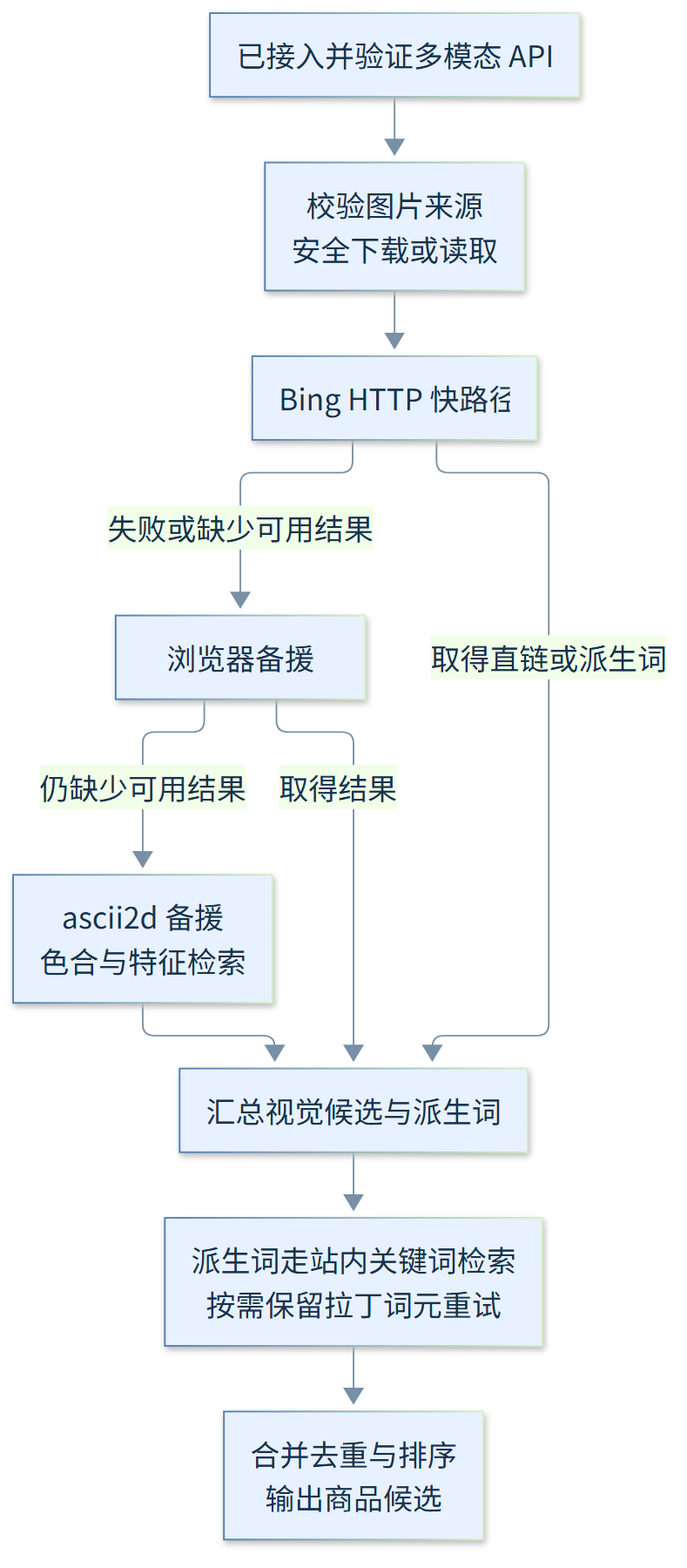
wuhutakeoffyoo/booth-cli keeps this Mermaid diagram as docs/images/reverse-search.png. Above is the earlier version. Its source is kept beside it as docs/diagrams/reverse-search.mmd. Source of this version:
```mermaid
%%{init: {"theme":"base","themeVariables":{"fontFamily":"Microsoft YaHei, Noto Sans CJK SC, sans-serif","fontSize":"18px","primaryColor":"#e8f1ff","primaryBorderColor":"#527db3","primaryTextColor":"#17324d","lineColor":"#7890a5"},"flowchart":{"curve":"basis","wrappingWidth":400,"nodeSpacing":35,"rankSpacing":45}}}%%
flowchart TD
    A["已接入并验证多模态 API"] --> B["校验图片来源<br/>安全下载或读取"]
    B --> C["Bing HTTP 快路径"]
    C -->|"失败或缺少可用结果"| D["浏览器备援"]
    D -->|"仍缺少可用结果"| E["ascii2d 备援<br/>色合与特征检索"]
    C -->|"取得直链或派生词"| F["汇总视觉候选与派生词"]
    D -->|"取得结果"| F
    E --> F
    F --> G["派生词走站内关键词检索<br/>按需保留拉丁词元重试"]
    G --> H["合并去重与排序<br/>输出商品候选"]
```
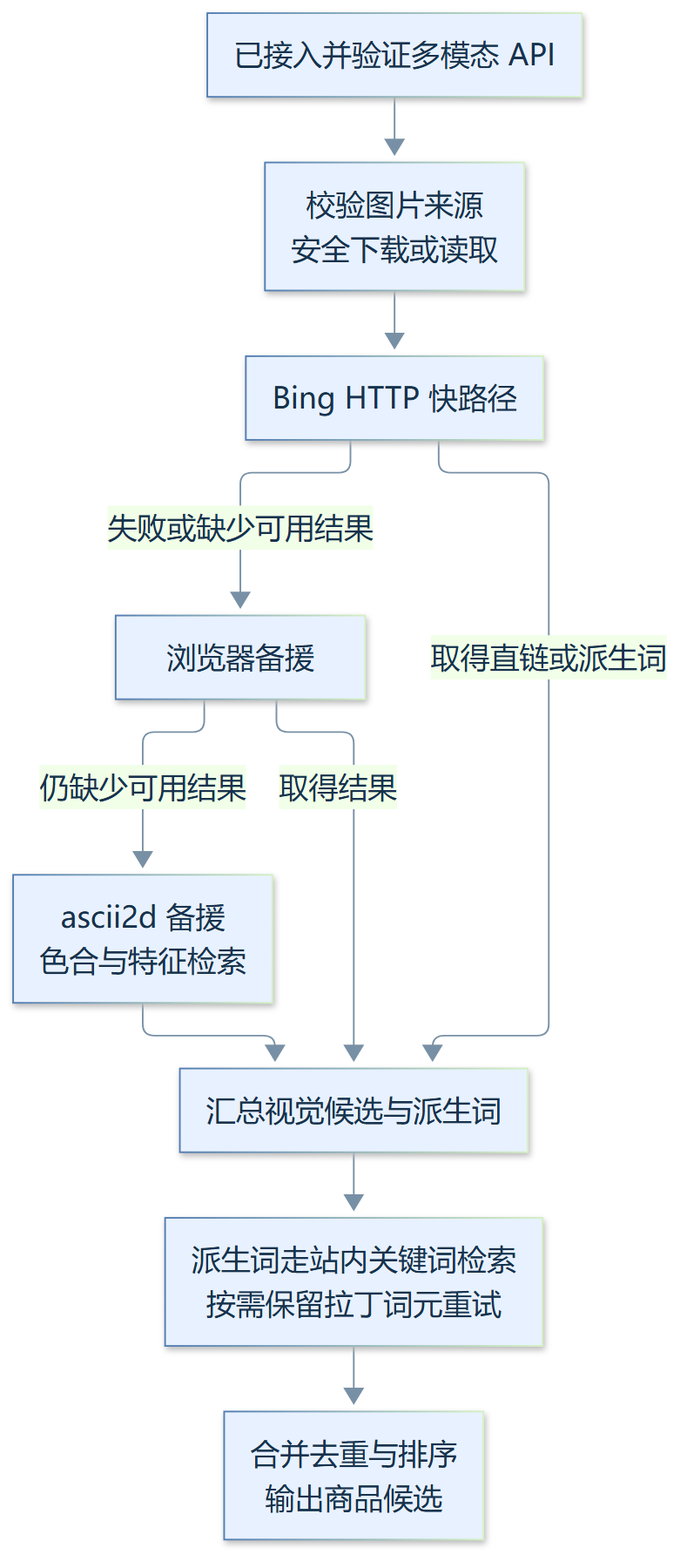
After the commit.

The edit, as a diff of the source:
```diff
@@ -1,4 +1,4 @@
-%%{init: {"theme":"base","themeVariables":{"fontFamily":"Microsoft YaHei, Noto Sans CJK SC, sans-serif","fontSize":"18px","primaryColor":"#e8f1ff","primaryBorderColor":"#527db3","primaryTextColor":"#17324d","lineColor":"#7890a5"},"flowchart":{"curve":"basis","wrappingWidth":400,"nodeSpacing":35,"rankSpacing":45}}}%%
+%%{init: {"fontFamily":"Microsoft YaHei","fontSize":18,"theme":"base","themeVariables":{"fontFamily":"Microsoft YaHei, Noto Sans CJK SC, sans-serif","fontSize":"18px","primaryColor":"#e8f1ff","primaryBorderColor":"#527db3","primaryTextColor":"#17324d","lineColor":"#7890a5"},"flowchart":{"curve":"basis","wrappingWidth":400,"nodeSpacing":35,"rankSpacing":45}}}%%
 flowchart TD
     A["已接入并验证多模态 API"] --> B["校验图片来源<br/>安全下载或读取"]
     B --> C["Bing HTTP 快路径"]
```
